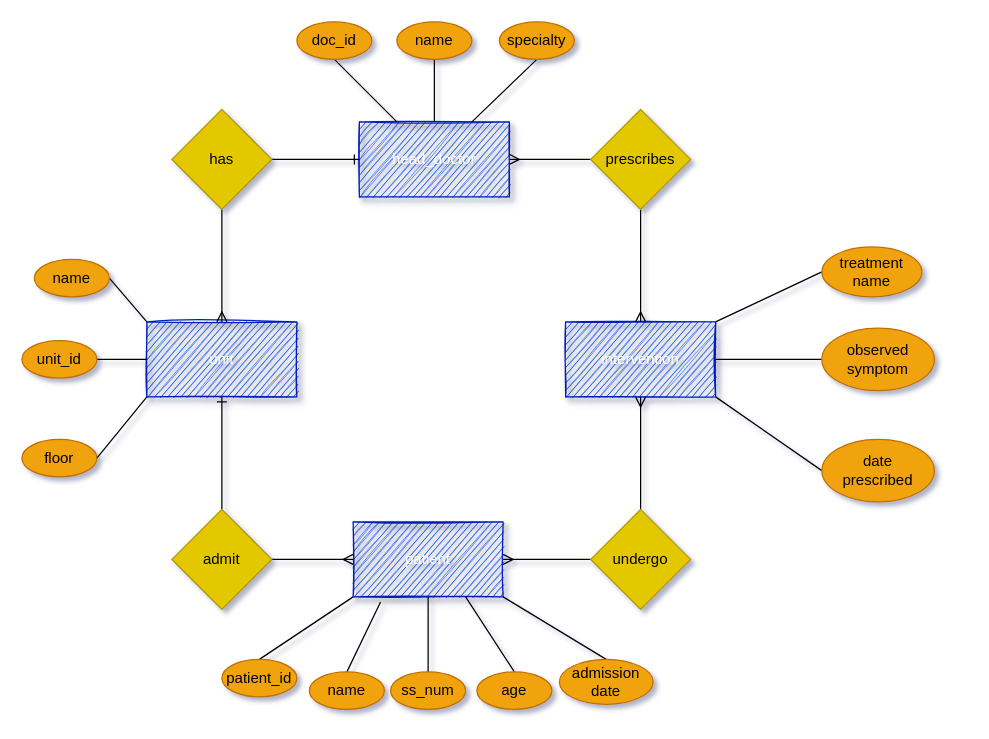
Above: Andrew/Database_Development/Health_Centre/hc-erd.drawio in codefactorygit/BE-21-DB-MySQL-Day1-Andrew-Elnaz (draw.io), before the change. Source tidied: cells renumbered, new cells numbered last; positions are measured from the earlier drawing's top-left corner, leaving out a move shared by most shapes. Both pictures are drawn from the tidied source at 125%, with x=0, y=0 at pixel (21, 21).
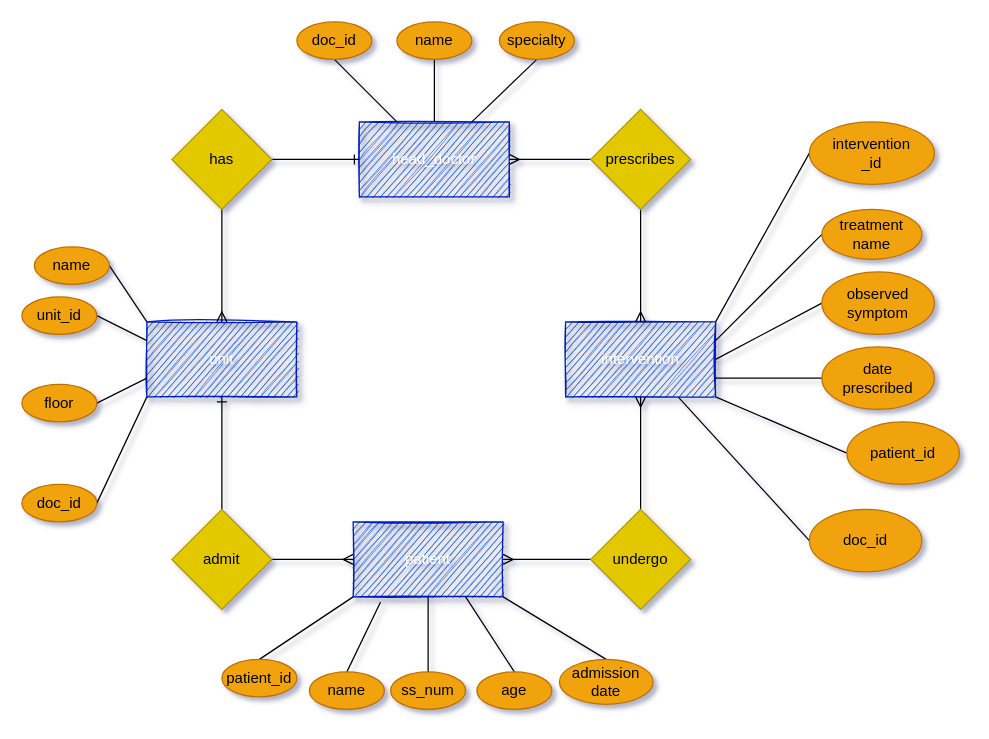
The same diagram, later.

Unchanged cells that the change refers to:
```xml
<mxCell id="2" value="unit" style="rounded=0;whiteSpace=wrap;html=1;fillColor=#0050ef;strokeColor=#001DBC;fontColor=#ffffff;sketch=1;shadow=1;" parent="1" vertex="1">
  <mxGeometry x="100" y="240" width="120" height="60" as="geometry" />
</mxCell>
<mxCell id="5" value="intervention" style="rounded=0;whiteSpace=wrap;html=1;fillColor=#0050ef;strokeColor=#001DBC;fontColor=#ffffff;sketch=1;shadow=1;" parent="1" vertex="1">
  <mxGeometry x="435" y="240" width="120" height="60" as="geometry" />
</mxCell>
```

Change to the diagram source:
```diff
@@
+    <mxCell id="46" style="rounded=0;jettySize=auto;html=1;exitX=1;exitY=1;exitDx=0;exitDy=0;entryX=0;entryY=0.5;entryDx=0;entryDy=0;endArrow=none;endFill=0;" parent="1" edge="1" source="5" target="52">
+      <mxGeometry relative="1" as="geometry" />
+    </mxCell>
+    <mxCell id="47" style="edgeStyle=none;rounded=0;jettySize=auto;html=1;exitX=0.75;exitY=1;exitDx=0;exitDy=0;entryX=0;entryY=0.5;entryDx=0;entryDy=0;endArrow=none;endFill=0;" parent="1" edge="1" source="5" target="53">
+      <mxGeometry relative="1" as="geometry" />
+    </mxCell>
@@
     <mxCell id="7" value="name" style="ellipse;whiteSpace=wrap;html=1;shadow=0;sketch=0;fillColor=#f0a30a;strokeColor=#BD7000;fontColor=#000000;" parent="1" vertex="1">
-      <mxGeometry x="10" y="190" width="60" height="30" as="geometry" />
+      <mxGeometry x="10" y="180" width="60" height="30" as="geometry" />
     </mxCell>
-    <mxCell id="8" style="edgeStyle=orthogonalEdgeStyle;rounded=0;jettySize=auto;html=1;exitX=1;exitY=0.5;exitDx=0;exitDy=0;entryX=0;entryY=0.5;entryDx=0;entryDy=0;endArrow=none;endFill=0;" parent="1" edge="1" source="9" target="2">
+    <mxCell id="8" style="rounded=0;jettySize=auto;html=1;exitX=1;exitY=0.5;exitDx=0;exitDy=0;entryX=0;entryY=0.25;entryDx=0;entryDy=0;endArrow=none;endFill=0;" parent="1" edge="1" source="9" target="2">
       <mxGeometry relative="1" as="geometry" />
     </mxCell>
     <mxCell id="9" value="unit_id" style="ellipse;whiteSpace=wrap;html=1;shadow=0;sketch=0;fillColor=#f0a30a;strokeColor=#BD7000;fontColor=#000000;" parent="1" vertex="1">
-      <mxGeometry y="255" width="60" height="30" as="geometry" />
+      <mxGeometry y="220" width="60" height="30" as="geometry" />
     </mxCell>
-    <mxCell id="10" style="edgeStyle=none;rounded=0;jettySize=auto;html=1;exitX=1;exitY=0.5;exitDx=0;exitDy=0;entryX=0;entryY=1;entryDx=0;entryDy=0;endArrow=none;endFill=0;" parent="1" edge="1" source="11" target="2">
+    <mxCell id="10" style="edgeStyle=none;rounded=0;jettySize=auto;html=1;exitX=1;exitY=0.5;exitDx=0;exitDy=0;entryX=0;entryY=0.75;entryDx=0;entryDy=0;endArrow=none;endFill=0;" parent="1" edge="1" source="11" target="2">
       <mxGeometry relative="1" as="geometry" />
     </mxCell>
     <mxCell id="11" value="floor" style="ellipse;whiteSpace=wrap;html=1;shadow=0;sketch=0;fillColor=#f0a30a;strokeColor=#BD7000;fontColor=#000000;" parent="1" vertex="1">
-      <mxGeometry y="334" width="60" height="30" as="geometry" />
+      <mxGeometry y="290" width="60" height="30" as="geometry" />
     </mxCell>
@@
-    <mxCell id="35" style="edgeStyle=none;rounded=0;jettySize=auto;html=1;exitX=0;exitY=0.5;exitDx=0;exitDy=0;entryX=1;entryY=0.5;entryDx=0;entryDy=0;endArrow=none;endFill=0;" parent="1" edge="1" source="36" target="5">
-      <mxGeometry relative="1" as="geometry" />
+    <mxCell id="35" style="edgeStyle=none;rounded=0;jettySize=auto;html=1;exitX=0;exitY=0.5;exitDx=0;exitDy=0;endArrow=none;endFill=0;" parent="1" edge="1" source="36">
+      <mxGeometry relative="1" as="geometry">
+        <mxPoint x="555" y="270" as="targetPoint" />
+      </mxGeometry>
     </mxCell>
     <mxCell id="36" value="observed&lt;br&gt;symptom" style="ellipse;whiteSpace=wrap;html=1;rounded=0;shadow=0;glass=0;sketch=0;fillColor=#f0a30a;strokeColor=#BD7000;fontColor=#000000;" parent="1" vertex="1">
-      <mxGeometry x="640" y="245" width="90" height="50" as="geometry" />
+      <mxGeometry x="640" y="200" width="90" height="50" as="geometry" />
     </mxCell>
-    <mxCell id="37" style="edgeStyle=none;rounded=0;jettySize=auto;html=1;exitX=0;exitY=0.5;exitDx=0;exitDy=0;entryX=1;entryY=0;entryDx=0;entryDy=0;endArrow=none;endFill=0;" parent="1" edge="1" source="38" target="5">
+    <mxCell id="37" style="edgeStyle=none;rounded=0;jettySize=auto;html=1;exitX=0;exitY=0.5;exitDx=0;exitDy=0;entryX=1;entryY=0.25;entryDx=0;entryDy=0;endArrow=none;endFill=0;" parent="1" edge="1" source="38" target="5">
       <mxGeometry relative="1" as="geometry" />
     </mxCell>
     <mxCell id="38" value="treatment&lt;br&gt;name" style="ellipse;whiteSpace=wrap;html=1;rounded=0;shadow=0;glass=0;sketch=0;fillColor=#f0a30a;strokeColor=#BD7000;fontColor=#000000;" parent="1" vertex="1">
-      <mxGeometry x="640" y="180" width="80" height="40" as="geometry" />
+      <mxGeometry x="640" y="150" width="80" height="40" as="geometry" />
     </mxCell>
@@
-    <mxCell id="41" style="edgeStyle=none;rounded=0;jettySize=auto;html=1;exitX=0;exitY=0.5;exitDx=0;exitDy=0;entryX=1;entryY=1;entryDx=0;entryDy=0;endArrow=none;endFill=0;" parent="1" edge="1" source="42" target="5">
+    <mxCell id="41" style="edgeStyle=none;rounded=0;jettySize=auto;html=1;exitX=0;exitY=0.5;exitDx=0;exitDy=0;entryX=1;entryY=0.75;entryDx=0;entryDy=0;endArrow=none;endFill=0;" parent="1" edge="1" source="42" target="5">
       <mxGeometry relative="1" as="geometry" />
     </mxCell>
     <mxCell id="42" value="date&lt;br&gt;prescribed" style="ellipse;whiteSpace=wrap;html=1;rounded=0;shadow=0;glass=0;sketch=0;fillColor=#f0a30a;strokeColor=#BD7000;fontColor=#000000;" parent="1" vertex="1">
-      <mxGeometry x="640" y="334" width="90" height="50" as="geometry" />
+      <mxGeometry x="640" y="260" width="90" height="50" as="geometry" />
     </mxCell>
@@
+    <mxCell id="48" style="rounded=0;jettySize=auto;html=1;exitX=0;exitY=0.5;exitDx=0;exitDy=0;entryX=1;entryY=0;entryDx=0;entryDy=0;endArrow=none;endFill=0;" parent="1" edge="1" source="49" target="5">
+      <mxGeometry relative="1" as="geometry" />
+    </mxCell>
+    <mxCell id="49" value="intervention&lt;br&gt;_id" style="ellipse;whiteSpace=wrap;html=1;shadow=0;sketch=0;fillColor=#f0a30a;strokeColor=#BD7000;fontColor=#000000;" parent="1" vertex="1">
+      <mxGeometry x="630" y="80" width="100" height="50" as="geometry" />
+    </mxCell>
+    <mxCell id="50" style="edgeStyle=none;rounded=0;jettySize=auto;html=1;exitX=1;exitY=0.5;exitDx=0;exitDy=0;entryX=0;entryY=1;entryDx=0;entryDy=0;endArrow=none;endFill=0;" parent="1" edge="1" source="51" target="2">
+      <mxGeometry relative="1" as="geometry" />
+    </mxCell>
+    <mxCell id="51" value="doc_id" style="ellipse;whiteSpace=wrap;html=1;shadow=0;sketch=0;fillColor=#f0a30a;strokeColor=#BD7000;fontColor=#000000;" parent="1" vertex="1">
+      <mxGeometry y="370" width="60" height="30" as="geometry" />
+    </mxCell>
+    <mxCell id="52" value="patient_id" style="ellipse;whiteSpace=wrap;html=1;rounded=0;shadow=0;glass=0;sketch=0;fillColor=#f0a30a;strokeColor=#BD7000;fontColor=#000000;" parent="1" vertex="1">
+      <mxGeometry x="660" y="320" width="90" height="50" as="geometry" />
+    </mxCell>
+    <mxCell id="53" value="doc_id" style="ellipse;whiteSpace=wrap;html=1;rounded=0;shadow=0;glass=0;sketch=0;fillColor=#f0a30a;strokeColor=#BD7000;fontColor=#000000;" parent="1" vertex="1">
+      <mxGeometry x="630" y="390" width="90" height="50" as="geometry" />
+    </mxCell>
```
